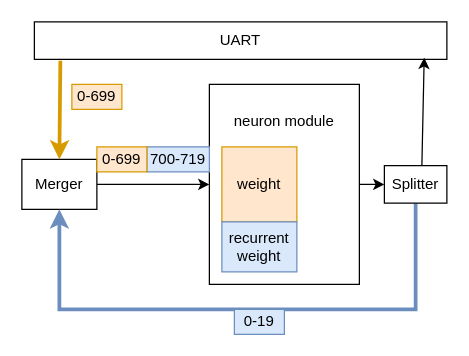
This is rec.drawio from AurelieSa/draw_io, a draw.io file, before an edit. Source tidied: cells renumbered, new cells numbered last; positions are measured from the earlier drawing's top-left corner, leaving out a move shared by most shapes. Both pictures are drawn from the tidied source at 125%, with x=0, y=0 at pixel (21, 21).
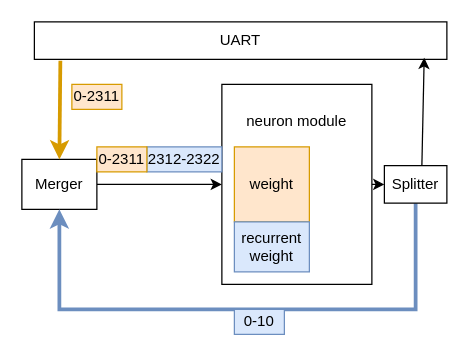
Above is the later version.

The edit, as a diff of the source:
```diff
@@
 <mxGraphModel>
   <root>
     <mxCell id="0" />
     <mxCell id="1" parent="0" />
     <mxCell id="2" style="edgeStyle=orthogonalEdgeStyle;rounded=0;jettySize=auto;html=1;exitX=1;exitY=0.5;exitDx=0;exitDy=0;entryX=0;entryY=0.5;entryDx=0;entryDy=0;" parent="1" edge="1" source="3" target="10">
       <mxGeometry relative="1" as="geometry" />
     </mxCell>
     <mxCell id="3" value="&lt;div&gt;neuron module&lt;/div&gt;&lt;div&gt;&lt;br&gt;&lt;/div&gt;&lt;div&gt;&lt;br&gt;&lt;/div&gt;&lt;div&gt;&lt;br&gt;&lt;/div&gt;&lt;div&gt;&lt;br&gt;&lt;/div&gt;&lt;div&gt;&lt;br&gt;&lt;/div&gt;&lt;div&gt;&lt;br&gt;&lt;/div&gt;&lt;div&gt;&lt;br&gt;&lt;/div&gt;" style="rounded=0;whiteSpace=wrap;html=1;" parent="1" vertex="1">
-      <mxGeometry x="150" y="50" width="120" height="160" as="geometry" />
+      <mxGeometry x="160" y="50" width="120" height="160" as="geometry" />
     </mxCell>
     <mxCell id="4" value="weight" style="rounded=0;whiteSpace=wrap;html=1;fillColor=#ffe6cc;strokeColor=#d79b00;" parent="1" vertex="1">
-      <mxGeometry x="160" y="100" width="60" height="60" as="geometry" />
+      <mxGeometry x="170" y="100" width="60" height="60" as="geometry" />
     </mxCell>
     <mxCell id="5" value="&lt;div&gt;recurrent&lt;/div&gt;&lt;div&gt;weight&lt;br&gt;&lt;/div&gt;" style="rounded=0;whiteSpace=wrap;html=1;fillColor=#dae8fc;strokeColor=#6c8ebf;" parent="1" vertex="1">
-      <mxGeometry x="160" y="160" width="60" height="40" as="geometry" />
+      <mxGeometry x="170" y="160" width="60" height="40" as="geometry" />
     </mxCell>
     <mxCell id="6" style="edgeStyle=orthogonalEdgeStyle;rounded=0;jettySize=auto;html=1;exitX=1;exitY=0.5;exitDx=0;exitDy=0;" parent="1" edge="1" source="7" target="3">
       <mxGeometry relative="1" as="geometry" />
     </mxCell>
     <mxCell id="7" value="Merger" style="rounded=0;whiteSpace=wrap;html=1;" parent="1" vertex="1">
       <mxGeometry y="110" width="60" height="40" as="geometry" />
     </mxCell>
-    <mxCell id="8" value="0-699" style="text;html=1;align=center;verticalAlign=middle;whiteSpace=wrap;rounded=0;fillColor=#ffe6cc;strokeColor=#d79b00;" parent="1" vertex="1">
+    <mxCell id="8" value="0-2311" style="text;html=1;align=center;verticalAlign=middle;whiteSpace=wrap;rounded=0;fillColor=#ffe6cc;strokeColor=#d79b00;" parent="1" vertex="1">
       <mxGeometry x="40" y="50" width="40" height="20" as="geometry" />
     </mxCell>
     <mxCell id="9" style="edgeStyle=orthogonalEdgeStyle;rounded=0;jettySize=auto;html=1;exitX=0.5;exitY=1;exitDx=0;exitDy=0;entryX=0.5;entryY=1;entryDx=0;entryDy=0;fillColor=#dae8fc;strokeColor=#6c8ebf;strokeWidth=3;" parent="1" edge="1" source="10" target="7">
       <mxGeometry relative="1" as="geometry">
         <Array as="points">
           <mxPoint x="315" y="230" />
           <mxPoint x="30" y="230" />
         </Array>
       </mxGeometry>
     </mxCell>
     <mxCell id="10" value="Splitter" style="rounded=0;whiteSpace=wrap;html=1;" parent="1" vertex="1">
       <mxGeometry x="290" y="115" width="50" height="30" as="geometry" />
     </mxCell>
     <mxCell id="11" value="UART" style="rounded=0;whiteSpace=wrap;html=1;" parent="1" vertex="1">
       <mxGeometry x="10" width="330" height="30" as="geometry" />
     </mxCell>
     <mxCell id="12" style="endArrow=classic;html=1;rounded=0;entryX=0.945;entryY=0.956;entryDx=0;entryDy=0;entryPerimeter=0;" parent="1" edge="1" target="11">
       <mxGeometry relative="1" as="geometry">
         <mxPoint x="320" y="115" as="sourcePoint" />
       </mxGeometry>
     </mxCell>
-    <mxCell id="13" value="&lt;div&gt;0-19&lt;/div&gt;" style="text;html=1;align=center;verticalAlign=middle;whiteSpace=wrap;rounded=0;fillColor=#dae8fc;strokeColor=#6c8ebf;" parent="1" vertex="1">
+    <mxCell id="13" value="0-10" style="text;html=1;align=center;verticalAlign=middle;whiteSpace=wrap;rounded=0;fillColor=#dae8fc;strokeColor=#6c8ebf;" parent="1" vertex="1">
       <mxGeometry x="170" y="230" width="40" height="20" as="geometry" />
     </mxCell>
-    <mxCell id="14" value="700-719" style="text;html=1;align=center;verticalAlign=middle;whiteSpace=wrap;rounded=0;fillColor=#dae8fc;strokeColor=#6c8ebf;" parent="1" vertex="1">
-      <mxGeometry x="100" y="100" width="50" height="20" as="geometry" />
+    <mxCell id="14" value="2312-2322" style="text;html=1;align=center;verticalAlign=middle;whiteSpace=wrap;rounded=0;fillColor=#dae8fc;strokeColor=#6c8ebf;" parent="1" vertex="1">
+      <mxGeometry x="100" y="100" width="60" height="20" as="geometry" />
     </mxCell>
-    <mxCell id="15" value="0-699" style="text;html=1;align=center;verticalAlign=middle;whiteSpace=wrap;rounded=0;fillColor=#ffe6cc;strokeColor=#d79b00;" parent="1" vertex="1">
+    <mxCell id="15" value="0-2311" style="text;html=1;align=center;verticalAlign=middle;whiteSpace=wrap;rounded=0;fillColor=#ffe6cc;strokeColor=#d79b00;" parent="1" vertex="1">
       <mxGeometry x="60" y="100" width="40" height="20" as="geometry" />
     </mxCell>
     <mxCell id="16" style="endArrow=classic;html=1;rounded=0;entryX=0.5;entryY=0;entryDx=0;entryDy=0;exitX=0.063;exitY=1.035;exitDx=0;exitDy=0;exitPerimeter=0;fillColor=#ffe6cc;strokeColor=#d79b00;strokeWidth=3;" parent="1" edge="1" source="11" target="7">
       <mxGeometry relative="1" as="geometry" />
     </mxCell>
   </root>
 </mxGraphModel>
```
